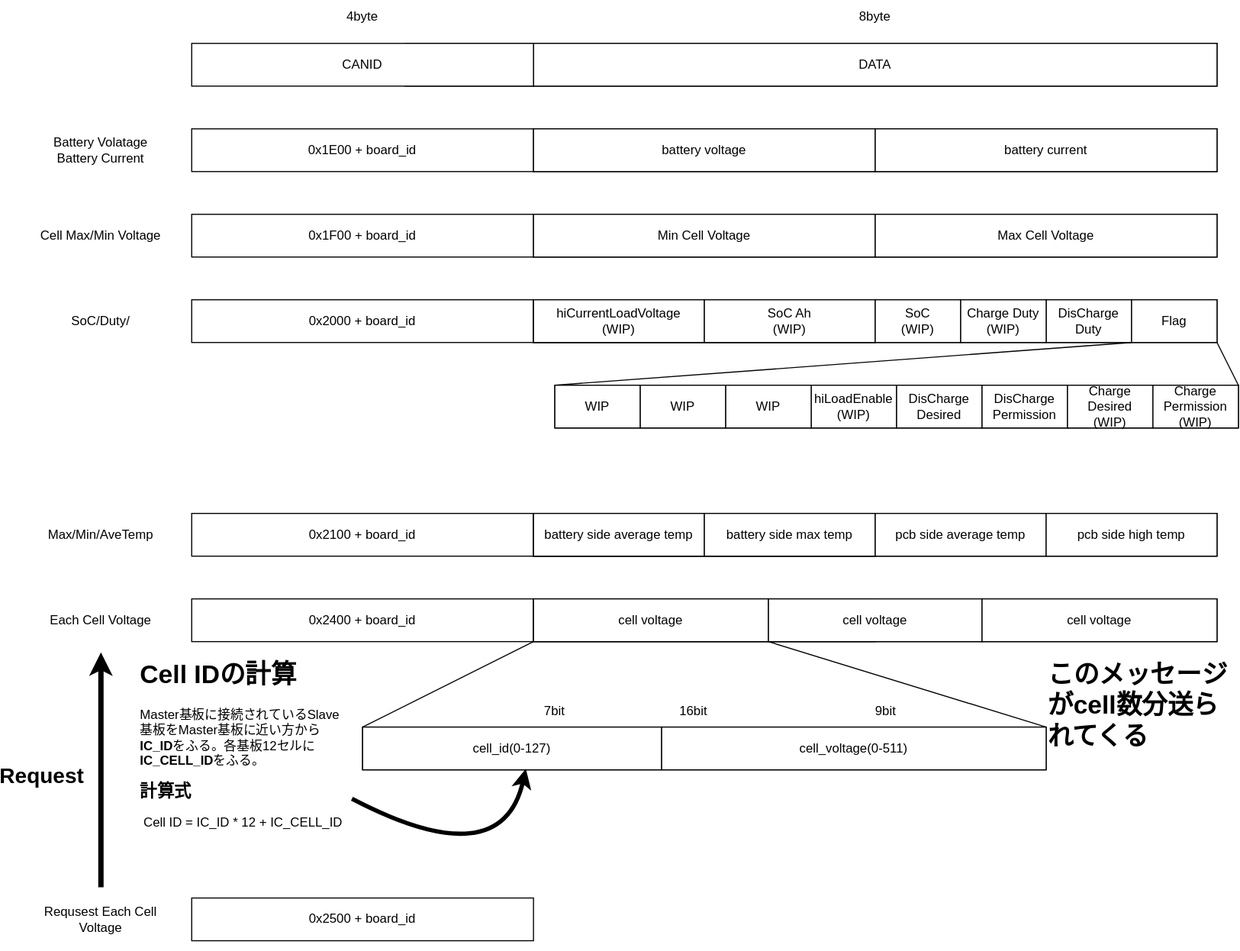
Before: canprotocol_preview.svg, a diagram exported from draw.io (tetra-aero/bms_ltc6811_driver). Source tidied: cells renumbered, new cells last; positions are measured from the earlier drawing's top-left corner, leaving out a move shared by most shapes. The source it was exported from:
```xml
<mxGraphModel>
  <root>
    <mxCell id="0" />
    <mxCell id="1" parent="0" />
    <mxCell id="2" value="DATA" style="rounded=0;whiteSpace=wrap;html=1;" parent="1" vertex="1">
      <mxGeometry x="490" y="40" width="640" height="40" as="geometry" />
    </mxCell>
    <mxCell id="3" value="CANID" style="rounded=0;whiteSpace=wrap;html=1;" parent="1" vertex="1">
      <mxGeometry x="370" y="40" width="120" height="40" as="geometry" />
    </mxCell>
    <mxCell id="4" value="DATA" style="rounded=0;whiteSpace=wrap;html=1;" parent="1" vertex="1">
      <mxGeometry x="490" y="40" width="640" height="40" as="geometry" />
    </mxCell>
    <mxCell id="5" value="CANID" style="rounded=0;whiteSpace=wrap;html=1;" parent="1" vertex="1">
      <mxGeometry x="170" y="40" width="320" height="40" as="geometry" />
    </mxCell>
    <mxCell id="6" style="rounded=0;whiteSpace=wrap;html=1;" parent="1" vertex="1">
      <mxGeometry x="490" y="120" width="640" height="40" as="geometry" />
    </mxCell>
    <mxCell id="7" value="0x1E00 + board_id" style="rounded=0;whiteSpace=wrap;html=1;" parent="1" vertex="1">
      <mxGeometry x="170" y="120" width="320" height="40" as="geometry" />
    </mxCell>
    <mxCell id="8" value="8&lt;span style=&quot;background-color: initial;&quot;&gt;byte&lt;/span&gt;" style="text;html=1;align=center;verticalAlign=middle;whiteSpace=wrap;rounded=0;" parent="1" vertex="1">
      <mxGeometry x="780" width="60" height="30" as="geometry" />
    </mxCell>
    <mxCell id="9" value="&lt;span style=&quot;background-color: initial;&quot;&gt;4byte&lt;/span&gt;" style="text;html=1;align=center;verticalAlign=middle;whiteSpace=wrap;rounded=0;" parent="1" vertex="1">
      <mxGeometry x="300" width="60" height="30" as="geometry" />
    </mxCell>
    <mxCell id="10" value="Battery Volatage&lt;div&gt;Battery Current&lt;/div&gt;" style="text;html=1;align=center;verticalAlign=middle;whiteSpace=wrap;rounded=0;" parent="1" vertex="1">
      <mxGeometry x="20" y="110" width="130" height="60" as="geometry" />
    </mxCell>
    <mxCell id="11" value="battery voltage" style="rounded=0;whiteSpace=wrap;html=1;" parent="1" vertex="1">
      <mxGeometry x="490" y="120" width="320" height="40" as="geometry" />
    </mxCell>
    <mxCell id="12" value="battery current" style="rounded=0;whiteSpace=wrap;html=1;" parent="1" vertex="1">
      <mxGeometry x="810" y="120" width="320" height="40" as="geometry" />
    </mxCell>
    <mxCell id="13" style="rounded=0;whiteSpace=wrap;html=1;" parent="1" vertex="1">
      <mxGeometry x="490" y="200" width="640" height="40" as="geometry" />
    </mxCell>
    <mxCell id="14" value="0x1F00 + board_id" style="rounded=0;whiteSpace=wrap;html=1;" parent="1" vertex="1">
      <mxGeometry x="170" y="200" width="320" height="40" as="geometry" />
    </mxCell>
    <mxCell id="15" value="Cell Max/Min Voltage" style="text;html=1;align=center;verticalAlign=middle;whiteSpace=wrap;rounded=0;" parent="1" vertex="1">
      <mxGeometry x="20" y="190" width="130" height="60" as="geometry" />
    </mxCell>
    <mxCell id="16" value="Min Cell Voltage" style="rounded=0;whiteSpace=wrap;html=1;" parent="1" vertex="1">
      <mxGeometry x="490" y="200" width="320" height="40" as="geometry" />
    </mxCell>
    <mxCell id="17" value="Max Cell Voltage" style="rounded=0;whiteSpace=wrap;html=1;" parent="1" vertex="1">
      <mxGeometry x="810" y="200" width="320" height="40" as="geometry" />
    </mxCell>
    <mxCell id="18" style="rounded=0;whiteSpace=wrap;html=1;" parent="1" vertex="1">
      <mxGeometry x="490" y="480" width="640" height="40" as="geometry" />
    </mxCell>
    <mxCell id="19" value="0x2100 + board_id" style="rounded=0;whiteSpace=wrap;html=1;" parent="1" vertex="1">
      <mxGeometry x="170" y="480" width="320" height="40" as="geometry" />
    </mxCell>
    <mxCell id="20" value="Max/Min/AveTemp" style="text;html=1;align=center;verticalAlign=middle;whiteSpace=wrap;rounded=0;" parent="1" vertex="1">
      <mxGeometry x="20" y="470" width="130" height="60" as="geometry" />
    </mxCell>
    <mxCell id="21" style="rounded=0;whiteSpace=wrap;html=1;" parent="1" vertex="1">
      <mxGeometry x="490" y="480" width="320" height="40" as="geometry" />
    </mxCell>
    <mxCell id="22" value="battery side average temp" style="rounded=0;whiteSpace=wrap;html=1;" parent="1" vertex="1">
      <mxGeometry x="490" y="480" width="160" height="40" as="geometry" />
    </mxCell>
    <mxCell id="23" value="battery side max temp" style="rounded=0;whiteSpace=wrap;html=1;" parent="1" vertex="1">
      <mxGeometry x="650" y="480" width="160" height="40" as="geometry" />
    </mxCell>
    <mxCell id="24" value="pcb side average temp" style="rounded=0;whiteSpace=wrap;html=1;" parent="1" vertex="1">
      <mxGeometry x="810" y="480" width="160" height="40" as="geometry" />
    </mxCell>
    <mxCell id="25" value="pcb side high temp" style="rounded=0;whiteSpace=wrap;html=1;" parent="1" vertex="1">
      <mxGeometry x="970" y="480" width="160" height="40" as="geometry" />
    </mxCell>
    <mxCell id="26" style="rounded=0;whiteSpace=wrap;html=1;" parent="1" vertex="1">
      <mxGeometry x="490" y="280" width="640" height="40" as="geometry" />
    </mxCell>
    <mxCell id="27" value="0x2000 + board_id" style="rounded=0;whiteSpace=wrap;html=1;" parent="1" vertex="1">
      <mxGeometry x="170" y="280" width="320" height="40" as="geometry" />
    </mxCell>
    <mxCell id="28" value="SoC/Duty/" style="text;html=1;align=center;verticalAlign=middle;whiteSpace=wrap;rounded=0;" parent="1" vertex="1">
      <mxGeometry x="20" y="270" width="130" height="60" as="geometry" />
    </mxCell>
    <mxCell id="29" style="rounded=0;whiteSpace=wrap;html=1;" parent="1" vertex="1">
      <mxGeometry x="490" y="280" width="320" height="40" as="geometry" />
    </mxCell>
    <mxCell id="30" value="hiCurrentLoadVoltage&lt;div&gt;(WIP)&lt;/div&gt;" style="rounded=0;whiteSpace=wrap;html=1;" parent="1" vertex="1">
      <mxGeometry x="490" y="280" width="160" height="40" as="geometry" />
    </mxCell>
    <mxCell id="31" value="SoC Ah&lt;div&gt;(WIP)&lt;/div&gt;" style="rounded=0;whiteSpace=wrap;html=1;" parent="1" vertex="1">
      <mxGeometry x="650" y="280" width="160" height="40" as="geometry" />
    </mxCell>
    <mxCell id="32" value="SoC&lt;div&gt;(WIP)&lt;/div&gt;" style="rounded=0;whiteSpace=wrap;html=1;" parent="1" vertex="1">
      <mxGeometry x="810" y="280" width="80" height="40" as="geometry" />
    </mxCell>
    <mxCell id="33" value="DisCharge Duty" style="rounded=0;whiteSpace=wrap;html=1;" parent="1" vertex="1">
      <mxGeometry x="970" y="280" width="80" height="40" as="geometry" />
    </mxCell>
    <mxCell id="34" value="Charge Duty&lt;div&gt;(WIP)&lt;/div&gt;" style="rounded=0;whiteSpace=wrap;html=1;" parent="1" vertex="1">
      <mxGeometry x="890" y="280" width="80" height="40" as="geometry" />
    </mxCell>
    <mxCell id="35" value="Flag" style="rounded=0;whiteSpace=wrap;html=1;" parent="1" vertex="1">
      <mxGeometry x="1050" y="280" width="80" height="40" as="geometry" />
    </mxCell>
    <mxCell id="36" style="endArrow=none;html=1;rounded=0;entryX=1;entryY=1;entryDx=0;entryDy=0;exitX=0;exitY=0;exitDx=0;exitDy=0;" parent="1" edge="1" source="38" target="33">
      <mxGeometry relative="1" as="geometry" />
    </mxCell>
    <mxCell id="37" style="endArrow=none;html=1;rounded=0;entryX=1;entryY=1;entryDx=0;entryDy=0;exitX=1;exitY=0;exitDx=0;exitDy=0;" parent="1" edge="1" source="38" target="35">
      <mxGeometry relative="1" as="geometry" />
    </mxCell>
    <mxCell id="38" style="rounded=0;whiteSpace=wrap;html=1;" parent="1" vertex="1">
      <mxGeometry x="510" y="360" width="640" height="40" as="geometry" />
    </mxCell>
    <mxCell id="39" value="WIP" style="rounded=0;whiteSpace=wrap;html=1;" parent="1" vertex="1">
      <mxGeometry x="510" y="360" width="80" height="40" as="geometry" />
    </mxCell>
    <mxCell id="40" value="hiLoadEnable&lt;div&gt;(WIP)&lt;/div&gt;" style="rounded=0;whiteSpace=wrap;html=1;" parent="1" vertex="1">
      <mxGeometry x="750" y="360" width="80" height="40" as="geometry" />
    </mxCell>
    <mxCell id="41" value="WIP" style="rounded=0;whiteSpace=wrap;html=1;" parent="1" vertex="1">
      <mxGeometry x="590" y="360" width="80" height="40" as="geometry" />
    </mxCell>
    <mxCell id="42" value="WIP" style="rounded=0;whiteSpace=wrap;html=1;" parent="1" vertex="1">
      <mxGeometry x="670" y="360" width="80" height="40" as="geometry" />
    </mxCell>
    <mxCell id="43" value="DisCharge&lt;div&gt;Desired&lt;/div&gt;" style="rounded=0;whiteSpace=wrap;html=1;" parent="1" vertex="1">
      <mxGeometry x="830" y="360" width="80" height="40" as="geometry" />
    </mxCell>
    <mxCell id="44" value="DisCharge&lt;div&gt;Permission&lt;/div&gt;" style="rounded=0;whiteSpace=wrap;html=1;" parent="1" vertex="1">
      <mxGeometry x="910" y="360" width="80" height="40" as="geometry" />
    </mxCell>
    <mxCell id="45" value="Charge&lt;div&gt;Desired&lt;/div&gt;&lt;div&gt;(WIP)&lt;/div&gt;" style="rounded=0;whiteSpace=wrap;html=1;" parent="1" vertex="1">
      <mxGeometry x="990" y="360" width="80" height="40" as="geometry" />
    </mxCell>
    <mxCell id="46" value="Charge Permission&lt;div&gt;(WIP)&lt;/div&gt;" style="rounded=0;whiteSpace=wrap;html=1;" parent="1" vertex="1">
      <mxGeometry x="1070" y="360" width="80" height="40" as="geometry" />
    </mxCell>
    <mxCell id="47" style="rounded=0;whiteSpace=wrap;html=1;" parent="1" vertex="1">
      <mxGeometry x="490" y="560" width="640" height="40" as="geometry" />
    </mxCell>
    <mxCell id="48" value="0x2400 + board_id" style="rounded=0;whiteSpace=wrap;html=1;" parent="1" vertex="1">
      <mxGeometry x="170" y="560" width="320" height="40" as="geometry" />
    </mxCell>
    <mxCell id="49" value="Each Cell Voltage" style="text;html=1;align=center;verticalAlign=middle;whiteSpace=wrap;rounded=0;" parent="1" vertex="1">
      <mxGeometry x="20" y="550" width="130" height="60" as="geometry" />
    </mxCell>
    <mxCell id="50" style="rounded=0;whiteSpace=wrap;html=1;" parent="1" vertex="1">
      <mxGeometry x="490" y="560" width="320" height="40" as="geometry" />
    </mxCell>
    <mxCell id="51" value="cell voltage" style="rounded=0;whiteSpace=wrap;html=1;" parent="1" vertex="1">
      <mxGeometry x="490" y="560" width="220" height="40" as="geometry" />
    </mxCell>
    <mxCell id="52" value="cell voltage" style="rounded=0;whiteSpace=wrap;html=1;" parent="1" vertex="1">
      <mxGeometry x="710" y="560" width="200" height="40" as="geometry" />
    </mxCell>
    <mxCell id="53" value="cell voltage" style="rounded=0;whiteSpace=wrap;html=1;" parent="1" vertex="1">
      <mxGeometry x="910" y="560" width="220" height="40" as="geometry" />
    </mxCell>
    <mxCell id="54" style="endArrow=none;html=1;rounded=0;entryX=0;entryY=1;entryDx=0;entryDy=0;" parent="1" edge="1" target="52">
      <mxGeometry relative="1" as="geometry">
        <mxPoint x="970" y="680" as="sourcePoint" />
      </mxGeometry>
    </mxCell>
    <mxCell id="55" style="endArrow=none;html=1;rounded=0;entryX=0;entryY=1;entryDx=0;entryDy=0;" parent="1" edge="1" target="51">
      <mxGeometry relative="1" as="geometry">
        <mxPoint x="330" y="680" as="sourcePoint" />
      </mxGeometry>
    </mxCell>
    <mxCell id="56" style="rounded=0;whiteSpace=wrap;html=1;" parent="1" vertex="1">
      <mxGeometry x="330" y="680" width="640" height="40" as="geometry" />
    </mxCell>
    <mxCell id="57" value="16bit" style="text;html=1;align=center;verticalAlign=middle;whiteSpace=wrap;rounded=0;" parent="1" vertex="1">
      <mxGeometry x="610" y="650" width="60" height="30" as="geometry" />
    </mxCell>
    <mxCell id="58" value="cell_id(0-127)" style="rounded=0;whiteSpace=wrap;html=1;" parent="1" vertex="1">
      <mxGeometry x="330" y="680" width="280" height="40" as="geometry" />
    </mxCell>
    <mxCell id="59" value="7bit" style="text;html=1;align=center;verticalAlign=middle;whiteSpace=wrap;rounded=0;" parent="1" vertex="1">
      <mxGeometry x="480" y="650" width="60" height="30" as="geometry" />
    </mxCell>
    <mxCell id="60" value="9bit" style="text;html=1;align=center;verticalAlign=middle;whiteSpace=wrap;rounded=0;" parent="1" vertex="1">
      <mxGeometry x="790" y="650" width="60" height="30" as="geometry" />
    </mxCell>
    <mxCell id="61" value="cell_voltage(0-511)" style="rounded=0;whiteSpace=wrap;html=1;" parent="1" vertex="1">
      <mxGeometry x="610" y="680" width="360" height="40" as="geometry" />
    </mxCell>
    <mxCell id="62" value="&lt;h1 style=&quot;margin-top: 0px;&quot;&gt;Cell IDの計算&lt;/h1&gt;&lt;p&gt;Master基板に接続されているSlave基板をMaster基板に近い方から&lt;b&gt;IC_ID&lt;/b&gt;をふる。各基板12セルに&lt;b&gt;IC_CELL_ID&lt;/b&gt;をふる。&lt;/p&gt;&lt;p&gt;&lt;b&gt;&lt;font style=&quot;font-size: 16px;&quot;&gt;計算式&lt;/font&gt;&lt;/b&gt;&lt;/p&gt;&lt;p&gt;&amp;nbsp;Cell ID = IC_ID * 12 + IC_CELL_ID&lt;/p&gt;" style="text;html=1;whiteSpace=wrap;overflow=hidden;rounded=0;" parent="1" vertex="1">
      <mxGeometry x="120" y="610" width="200" height="170" as="geometry" />
    </mxCell>
    <mxCell id="63" style="curved=1;endArrow=classic;html=1;rounded=0;entryX=0.546;entryY=0.975;entryDx=0;entryDy=0;entryPerimeter=0;strokeWidth=4;" parent="1" edge="1" source="62" target="58">
      <mxGeometry relative="1" as="geometry">
        <Array as="points">
          <mxPoint x="460" y="820" />
        </Array>
      </mxGeometry>
    </mxCell>
    <mxCell id="64" value="Requsest Each Cell Voltage" style="text;html=1;align=center;verticalAlign=middle;whiteSpace=wrap;rounded=0;" parent="1" vertex="1">
      <mxGeometry x="20" y="830" width="130" height="60" as="geometry" />
    </mxCell>
    <mxCell id="65" value="0x2500 + board_id" style="rounded=0;whiteSpace=wrap;html=1;" parent="1" vertex="1">
      <mxGeometry x="170" y="840" width="320" height="40" as="geometry" />
    </mxCell>
    <mxCell id="66" value="&lt;h1 style=&quot;margin-top: 0px;&quot;&gt;このメッセージがcell数分送られてくる&lt;/h1&gt;" style="text;html=1;whiteSpace=wrap;overflow=hidden;rounded=0;" parent="1" vertex="1">
      <mxGeometry x="970" y="610" width="170" height="190" as="geometry" />
    </mxCell>
    <mxCell id="67" style="endArrow=classic;html=1;rounded=0;exitX=0.5;exitY=0;exitDx=0;exitDy=0;entryX=0.5;entryY=1;entryDx=0;entryDy=0;strokeWidth=5;" parent="1" edge="1" source="64" target="49">
      <mxGeometry relative="1" as="geometry" />
    </mxCell>
    <mxCell id="68" value="&lt;font style=&quot;font-size: 20px;&quot;&gt;&lt;b&gt;Request&lt;/b&gt;&lt;/font&gt;" style="text;html=1;align=center;verticalAlign=middle;whiteSpace=wrap;rounded=0;" parent="1" vertex="1">
      <mxGeometry y="710" width="60" height="30" as="geometry" />
    </mxCell>
  </root>
</mxGraphModel>
```
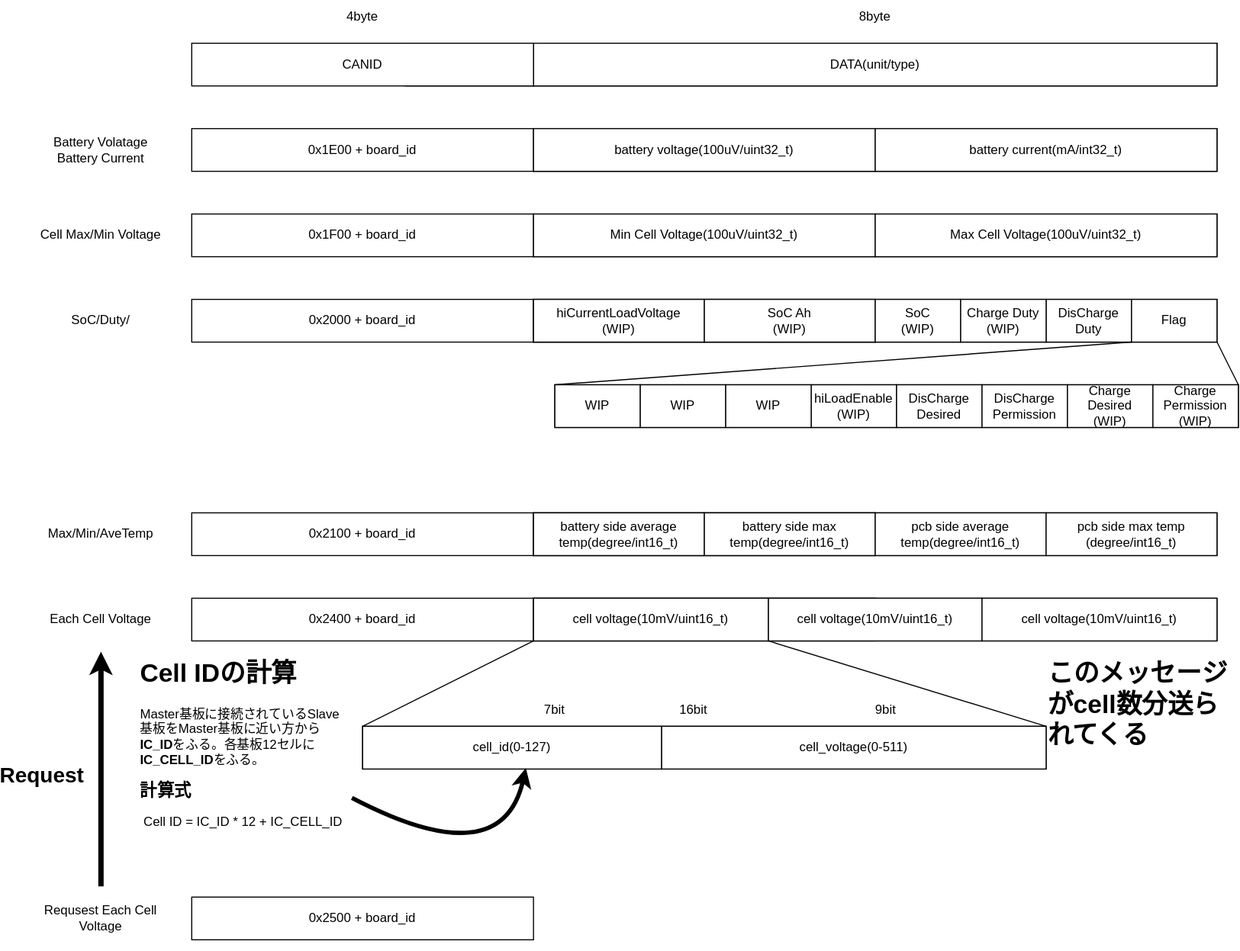
Later version of the same file.

The edit, as a diff of the source:
```diff
@@ -8,7 +8,7 @@
     <mxCell id="3" value="CANID" style="rounded=0;whiteSpace=wrap;html=1;" parent="1" vertex="1">
       <mxGeometry x="370" y="40" width="120" height="40" as="geometry" />
     </mxCell>
-    <mxCell id="4" value="DATA" style="rounded=0;whiteSpace=wrap;html=1;" parent="1" vertex="1">
+    <mxCell id="4" value="DATA(unit/type)" style="rounded=0;whiteSpace=wrap;html=1;" parent="1" vertex="1">
       <mxGeometry x="490" y="40" width="640" height="40" as="geometry" />
     </mxCell>
     <mxCell id="5" value="CANID" style="rounded=0;whiteSpace=wrap;html=1;" parent="1" vertex="1">
@@ -29,10 +29,10 @@
     <mxCell id="10" value="Battery Volatage&lt;div&gt;Battery Current&lt;/div&gt;" style="text;html=1;align=center;verticalAlign=middle;whiteSpace=wrap;rounded=0;" parent="1" vertex="1">
       <mxGeometry x="20" y="110" width="130" height="60" as="geometry" />
     </mxCell>
-    <mxCell id="11" value="battery voltage" style="rounded=0;whiteSpace=wrap;html=1;" parent="1" vertex="1">
+    <mxCell id="11" value="battery voltage(100uV/uint32_t)" style="rounded=0;whiteSpace=wrap;html=1;" parent="1" vertex="1">
       <mxGeometry x="490" y="120" width="320" height="40" as="geometry" />
     </mxCell>
-    <mxCell id="12" value="battery current" style="rounded=0;whiteSpace=wrap;html=1;" parent="1" vertex="1">
+    <mxCell id="12" value="battery current(mA/int32_t)" style="rounded=0;whiteSpace=wrap;html=1;" parent="1" vertex="1">
       <mxGeometry x="810" y="120" width="320" height="40" as="geometry" />
     </mxCell>
     <mxCell id="13" style="rounded=0;whiteSpace=wrap;html=1;" parent="1" vertex="1">
@@ -44,10 +44,10 @@
     <mxCell id="15" value="Cell Max/Min Voltage" style="text;html=1;align=center;verticalAlign=middle;whiteSpace=wrap;rounded=0;" parent="1" vertex="1">
       <mxGeometry x="20" y="190" width="130" height="60" as="geometry" />
     </mxCell>
-    <mxCell id="16" value="Min Cell Voltage" style="rounded=0;whiteSpace=wrap;html=1;" parent="1" vertex="1">
+    <mxCell id="16" value="Min Cell Voltage(100uV/uint32_t)" style="rounded=0;whiteSpace=wrap;html=1;" parent="1" vertex="1">
       <mxGeometry x="490" y="200" width="320" height="40" as="geometry" />
     </mxCell>
-    <mxCell id="17" value="Max Cell Voltage" style="rounded=0;whiteSpace=wrap;html=1;" parent="1" vertex="1">
+    <mxCell id="17" value="Max Cell Voltage(100uV/uint32_t)" style="rounded=0;whiteSpace=wrap;html=1;" parent="1" vertex="1">
       <mxGeometry x="810" y="200" width="320" height="40" as="geometry" />
     </mxCell>
     <mxCell id="18" style="rounded=0;whiteSpace=wrap;html=1;" parent="1" vertex="1">
@@ -62,16 +62,16 @@
     <mxCell id="21" style="rounded=0;whiteSpace=wrap;html=1;" parent="1" vertex="1">
       <mxGeometry x="490" y="480" width="320" height="40" as="geometry" />
     </mxCell>
-    <mxCell id="22" value="battery side average temp" style="rounded=0;whiteSpace=wrap;html=1;" parent="1" vertex="1">
+    <mxCell id="22" value="battery side average temp(degree/int16_t)" style="rounded=0;whiteSpace=wrap;html=1;" parent="1" vertex="1">
       <mxGeometry x="490" y="480" width="160" height="40" as="geometry" />
     </mxCell>
-    <mxCell id="23" value="battery side max temp" style="rounded=0;whiteSpace=wrap;html=1;" parent="1" vertex="1">
+    <mxCell id="23" value="battery side max temp(degree/int16_t)" style="rounded=0;whiteSpace=wrap;html=1;" parent="1" vertex="1">
       <mxGeometry x="650" y="480" width="160" height="40" as="geometry" />
     </mxCell>
-    <mxCell id="24" value="pcb side average temp" style="rounded=0;whiteSpace=wrap;html=1;" parent="1" vertex="1">
+    <mxCell id="24" value="pcb side average temp(degree/int16_t)" style="rounded=0;whiteSpace=wrap;html=1;" parent="1" vertex="1">
       <mxGeometry x="810" y="480" width="160" height="40" as="geometry" />
     </mxCell>
-    <mxCell id="25" value="pcb side high temp" style="rounded=0;whiteSpace=wrap;html=1;" parent="1" vertex="1">
+    <mxCell id="25" value="pcb side max temp&lt;br&gt;(degree/int16_t)" style="rounded=0;whiteSpace=wrap;html=1;" parent="1" vertex="1">
       <mxGeometry x="970" y="480" width="160" height="40" as="geometry" />
     </mxCell>
     <mxCell id="26" style="rounded=0;whiteSpace=wrap;html=1;" parent="1" vertex="1">
@@ -149,13 +149,13 @@
     <mxCell id="50" style="rounded=0;whiteSpace=wrap;html=1;" parent="1" vertex="1">
       <mxGeometry x="490" y="560" width="320" height="40" as="geometry" />
     </mxCell>
-    <mxCell id="51" value="cell voltage" style="rounded=0;whiteSpace=wrap;html=1;" parent="1" vertex="1">
+    <mxCell id="51" value="cell voltage(10mV/uint16_t)" style="rounded=0;whiteSpace=wrap;html=1;" parent="1" vertex="1">
       <mxGeometry x="490" y="560" width="220" height="40" as="geometry" />
     </mxCell>
-    <mxCell id="52" value="cell voltage" style="rounded=0;whiteSpace=wrap;html=1;" parent="1" vertex="1">
+    <mxCell id="52" value="cell voltage(10mV/uint16_t)" style="rounded=0;whiteSpace=wrap;html=1;" parent="1" vertex="1">
       <mxGeometry x="710" y="560" width="200" height="40" as="geometry" />
     </mxCell>
-    <mxCell id="53" value="cell voltage" style="rounded=0;whiteSpace=wrap;html=1;" parent="1" vertex="1">
+    <mxCell id="53" value="cell voltage(10mV/uint16_t)" style="rounded=0;whiteSpace=wrap;html=1;" parent="1" vertex="1">
       <mxGeometry x="910" y="560" width="220" height="40" as="geometry" />
     </mxCell>
     <mxCell id="54" style="endArrow=none;html=1;rounded=0;entryX=0;entryY=1;entryDx=0;entryDy=0;" parent="1" edge="1" target="52">
```
